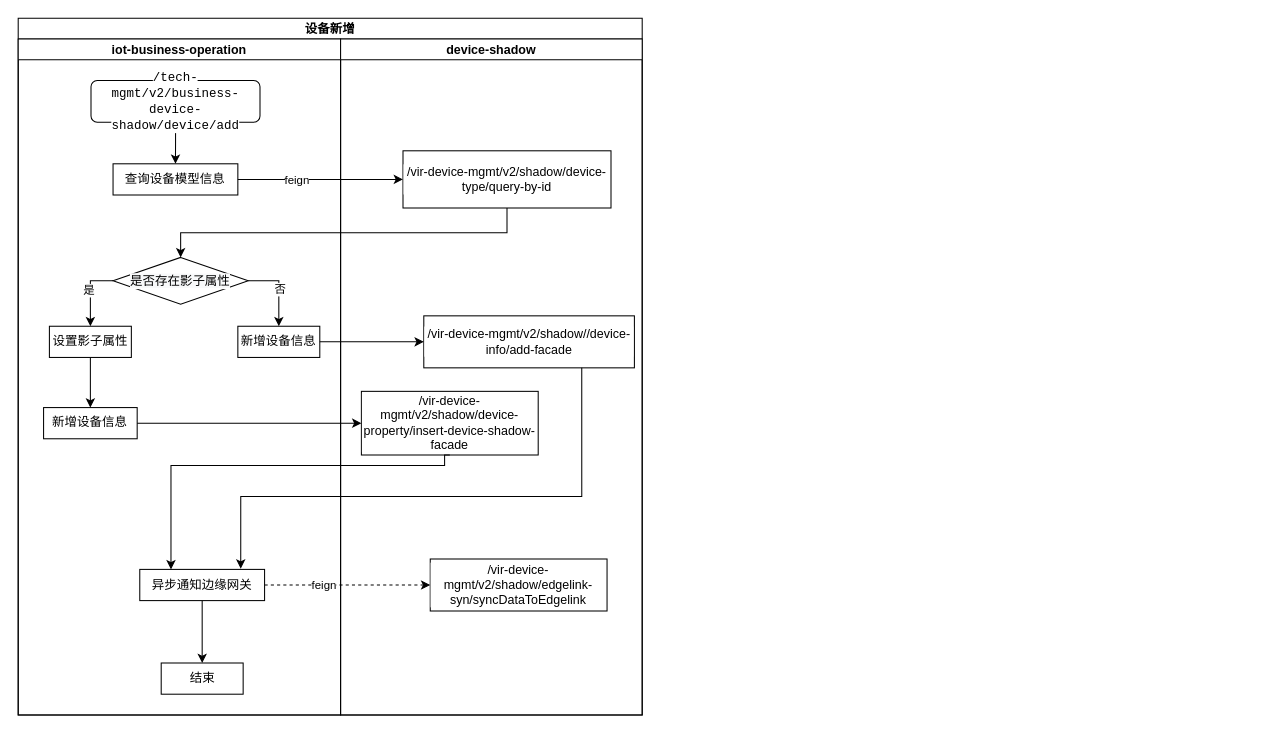
This is page "设备新增" (3 of 4) of yzs/未命名绘图.drawio from yanglei1992/documents, a draw.io file, before an edit. Source tidied: cells renumbered, new cells numbered last; positions are measured from the earlier drawing's top-left corner, leaving out a move shared by most shapes. Both pictures are drawn from the tidied source at 104%, with x=0, y=0 at pixel (18, 18).
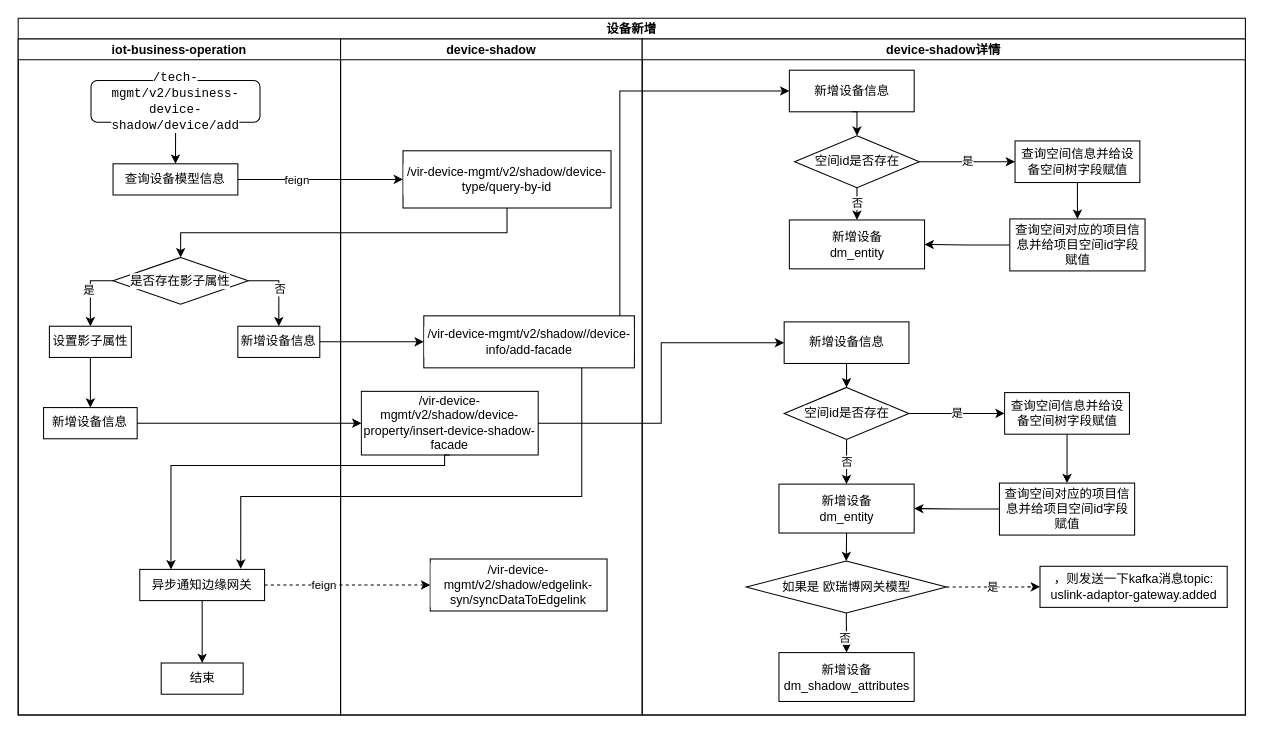
Above is the later version.

Unchanged cells that the change refers to:
```xml
<mxCell id="25" value="&lt;span style=&quot;&quot;&gt;/vir-device-mgmt/v2/shadow/device-property/insert-device-shadow-facade&lt;/span&gt;" style="rounded=0;whiteSpace=wrap;html=1;labelBackgroundColor=default;fontColor=#000000;" parent="21" vertex="1">
  <mxGeometry x="20" y="338.8" width="170" height="61.2" as="geometry" />
</mxCell>
```

The edit, as a diff of the source:
```diff
@@
     <mxCell id="2" value="设备新增" style="swimlane;startSize=20;" parent="1" vertex="1">
-      <mxGeometry width="600" height="670" as="geometry" />
+      <mxGeometry width="1180" height="670" as="geometry" />
     </mxCell>
@@
+    <mxCell id="33" style="edgeStyle=orthogonalEdgeStyle;rounded=0;jettySize=auto;html=1;exitX=1;exitY=0.5;exitDx=0;exitDy=0;entryX=0;entryY=0.5;entryDx=0;entryDy=0;fontColor=#000000;" parent="2" edge="1" source="25" target="36">
+      <mxGeometry relative="1" as="geometry" />
+    </mxCell>
+    <mxCell id="34" value="device-shadow详情" style="swimlane;startSize=20;" parent="2" vertex="1">
+      <mxGeometry x="600" y="20" width="580" height="650" as="geometry" />
+    </mxCell>
+    <mxCell id="35" style="edgeStyle=orthogonalEdgeStyle;rounded=0;jettySize=auto;html=1;exitX=0.5;exitY=1;exitDx=0;exitDy=0;fontColor=#000000;" parent="34" edge="1" source="36" target="39">
+      <mxGeometry relative="1" as="geometry" />
+    </mxCell>
+    <mxCell id="36" value="新增设备信息" style="rounded=0;whiteSpace=wrap;html=1;labelBackgroundColor=default;fontColor=#000000;" parent="34" vertex="1">
+      <mxGeometry x="136.5" y="272" width="120" height="40" as="geometry" />
+    </mxCell>
+    <mxCell id="37" value="是" style="edgeStyle=orthogonalEdgeStyle;rounded=0;jettySize=auto;html=1;fontColor=#000000;" parent="34" edge="1" source="39" target="41">
+      <mxGeometry relative="1" as="geometry">
+        <Array as="points">
+          <mxPoint x="286.5" y="360" />
+          <mxPoint x="286.5" y="360" />
+        </Array>
+      </mxGeometry>
+    </mxCell>
+    <mxCell id="38" value="否" style="edgeStyle=orthogonalEdgeStyle;rounded=0;jettySize=auto;html=1;fontColor=#000000;" parent="34" edge="1" source="39" target="45">
+      <mxGeometry relative="1" as="geometry" />
+    </mxCell>
+    <mxCell id="39" value="空间id是否存在" style="rhombus;whiteSpace=wrap;html=1;labelBackgroundColor=default;fontColor=#000000;" parent="34" vertex="1">
+      <mxGeometry x="136.5" y="335" width="120" height="50" as="geometry" />
+    </mxCell>
+    <mxCell id="40" style="edgeStyle=orthogonalEdgeStyle;rounded=0;jettySize=auto;html=1;fontColor=#000000;" parent="34" edge="1" source="41" target="43">
+      <mxGeometry relative="1" as="geometry" />
+    </mxCell>
+    <mxCell id="41" value="查询空间信息并给设备空间树字段赋值" style="rounded=0;whiteSpace=wrap;html=1;labelBackgroundColor=default;fontColor=#000000;" parent="34" vertex="1">
+      <mxGeometry x="348.5" y="340" width="120" height="40" as="geometry" />
+    </mxCell>
+    <mxCell id="42" style="edgeStyle=orthogonalEdgeStyle;rounded=0;jettySize=auto;html=1;fontColor=#000000;" parent="34" edge="1" source="43" target="45">
+      <mxGeometry relative="1" as="geometry" />
+    </mxCell>
+    <mxCell id="43" value="查询空间对应的项目信息并给项目空间id字段赋值" style="rounded=0;whiteSpace=wrap;html=1;labelBackgroundColor=default;fontColor=#000000;" parent="34" vertex="1">
+      <mxGeometry x="343.5" y="427" width="130" height="50" as="geometry" />
+    </mxCell>
+    <mxCell id="44" style="edgeStyle=orthogonalEdgeStyle;rounded=0;jettySize=auto;html=1;exitX=0.5;exitY=1;exitDx=0;exitDy=0;entryX=0.5;entryY=0;entryDx=0;entryDy=0;fontColor=#000000;" parent="34" edge="1" source="45" target="49">
+      <mxGeometry relative="1" as="geometry" />
+    </mxCell>
+    <mxCell id="45" value="新增设备&lt;br&gt;dm_entity" style="rounded=0;whiteSpace=wrap;html=1;labelBackgroundColor=default;fontColor=#000000;" parent="34" vertex="1">
+      <mxGeometry x="131.5" y="428" width="130" height="47" as="geometry" />
+    </mxCell>
+    <mxCell id="46" value="是" style="edgeStyle=orthogonalEdgeStyle;rounded=0;jettySize=auto;html=1;exitX=1;exitY=0.5;exitDx=0;exitDy=0;entryX=0;entryY=0.5;entryDx=0;entryDy=0;fontColor=#000000;dashed=1;" parent="34" edge="1" source="49" target="50">
+      <mxGeometry relative="1" as="geometry" />
+    </mxCell>
+    <mxCell id="47" style="edgeStyle=orthogonalEdgeStyle;rounded=0;jettySize=auto;html=1;exitX=0.5;exitY=1;exitDx=0;exitDy=0;entryX=0.5;entryY=0;entryDx=0;entryDy=0;fontColor=#000000;" parent="34" edge="1" source="49" target="52">
+      <mxGeometry relative="1" as="geometry" />
+    </mxCell>
+    <mxCell id="48" value="否" style="edgeLabel;html=1;align=center;verticalAlign=middle;fontColor=#000000;" parent="47" vertex="1">
+      <mxGeometry x="0.2" y="-2" relative="1" as="geometry" />
+    </mxCell>
+    <mxCell id="49" value="如果是 欧瑞博网关模型" style="rhombus;whiteSpace=wrap;html=1;labelBackgroundColor=default;fontColor=#000000;" parent="34" vertex="1">
+      <mxGeometry x="100" y="502" width="192.5" height="50" as="geometry" />
+    </mxCell>
+    <mxCell id="50" value="，则发送一下kafka消息topic:&lt;br&gt;uslink-adaptor-gateway.added" style="rounded=0;whiteSpace=wrap;html=1;labelBackgroundColor=default;fontColor=#000000;" parent="34" vertex="1">
+      <mxGeometry x="382.5" y="507" width="180" height="39.5" as="geometry" />
+    </mxCell>
+    <mxCell id="51" style="edgeStyle=orthogonalEdgeStyle;rounded=0;orthogonalLoop=1;jettySize=auto;html=1;exitX=0.5;exitY=1;exitDx=0;exitDy=0;fontColor=#000000;" parent="34" edge="1" source="50" target="50">
+      <mxGeometry relative="1" as="geometry" />
+    </mxCell>
+    <mxCell id="52" value="新增设备&lt;br&gt;dm_shadow_attributes" style="rounded=0;whiteSpace=wrap;html=1;labelBackgroundColor=default;fontColor=#000000;" parent="34" vertex="1">
+      <mxGeometry x="131.5" y="590" width="130" height="47" as="geometry" />
+    </mxCell>
+    <mxCell id="53" value="新增设备信息" style="rounded=0;whiteSpace=wrap;html=1;labelBackgroundColor=default;fontColor=#000000;" parent="34" vertex="1">
+      <mxGeometry x="141.5" y="30" width="120" height="40" as="geometry" />
+    </mxCell>
+    <mxCell id="54" style="edgeStyle=orthogonalEdgeStyle;rounded=0;jettySize=auto;html=1;exitX=1;exitY=0;exitDx=0;exitDy=0;entryX=0;entryY=0.5;entryDx=0;entryDy=0;fontColor=#000000;" parent="2" edge="1" target="53">
+      <mxGeometry relative="1" as="geometry">
+        <mxPoint x="578.5" y="286.2" as="sourcePoint" />
+        <Array as="points">
+          <mxPoint x="579" y="70" />
+        </Array>
+      </mxGeometry>
+    </mxCell>
+    <mxCell id="55" value="是" style="edgeStyle=orthogonalEdgeStyle;rounded=0;jettySize=auto;html=1;fontColor=#000000;" parent="1" edge="1" source="57" target="59">
+      <mxGeometry relative="1" as="geometry">
+        <Array as="points">
+          <mxPoint x="896.5" y="138" />
+          <mxPoint x="896.5" y="138" />
+        </Array>
+      </mxGeometry>
+    </mxCell>
+    <mxCell id="56" value="否" style="edgeStyle=orthogonalEdgeStyle;rounded=0;jettySize=auto;html=1;fontColor=#000000;" parent="1" edge="1" source="57" target="62">
+      <mxGeometry relative="1" as="geometry" />
+    </mxCell>
+    <mxCell id="57" value="空间id是否存在" style="rhombus;whiteSpace=wrap;html=1;labelBackgroundColor=default;fontColor=#000000;" parent="1" vertex="1">
+      <mxGeometry x="746.5" y="113" width="120" height="50" as="geometry" />
+    </mxCell>
+    <mxCell id="58" style="edgeStyle=orthogonalEdgeStyle;rounded=0;jettySize=auto;html=1;fontColor=#000000;" parent="1" edge="1" source="59" target="61">
+      <mxGeometry relative="1" as="geometry" />
+    </mxCell>
+    <mxCell id="59" value="查询空间信息并给设备空间树字段赋值" style="rounded=0;whiteSpace=wrap;html=1;labelBackgroundColor=default;fontColor=#000000;" parent="1" vertex="1">
+      <mxGeometry x="958.5" y="118" width="120" height="40" as="geometry" />
+    </mxCell>
+    <mxCell id="60" style="edgeStyle=orthogonalEdgeStyle;rounded=0;jettySize=auto;html=1;fontColor=#000000;" parent="1" edge="1" source="61" target="62">
+      <mxGeometry relative="1" as="geometry" />
+    </mxCell>
+    <mxCell id="61" value="查询空间对应的项目信息并给项目空间id字段赋值" style="rounded=0;whiteSpace=wrap;html=1;labelBackgroundColor=default;fontColor=#000000;" parent="1" vertex="1">
+      <mxGeometry x="953.5" y="193" width="130" height="50" as="geometry" />
+    </mxCell>
+    <mxCell id="62" value="新增设备&lt;br&gt;dm_entity" style="rounded=0;whiteSpace=wrap;html=1;labelBackgroundColor=default;fontColor=#000000;" parent="1" vertex="1">
+      <mxGeometry x="741.5" y="194" width="130" height="47" as="geometry" />
+    </mxCell>
+    <mxCell id="63" style="edgeStyle=orthogonalEdgeStyle;rounded=0;jettySize=auto;html=1;exitX=0.5;exitY=1;exitDx=0;exitDy=0;entryX=0.5;entryY=0;entryDx=0;entryDy=0;fontColor=#000000;" parent="1" edge="1" source="53" target="57">
+      <mxGeometry relative="1" as="geometry" />
+    </mxCell>
```
